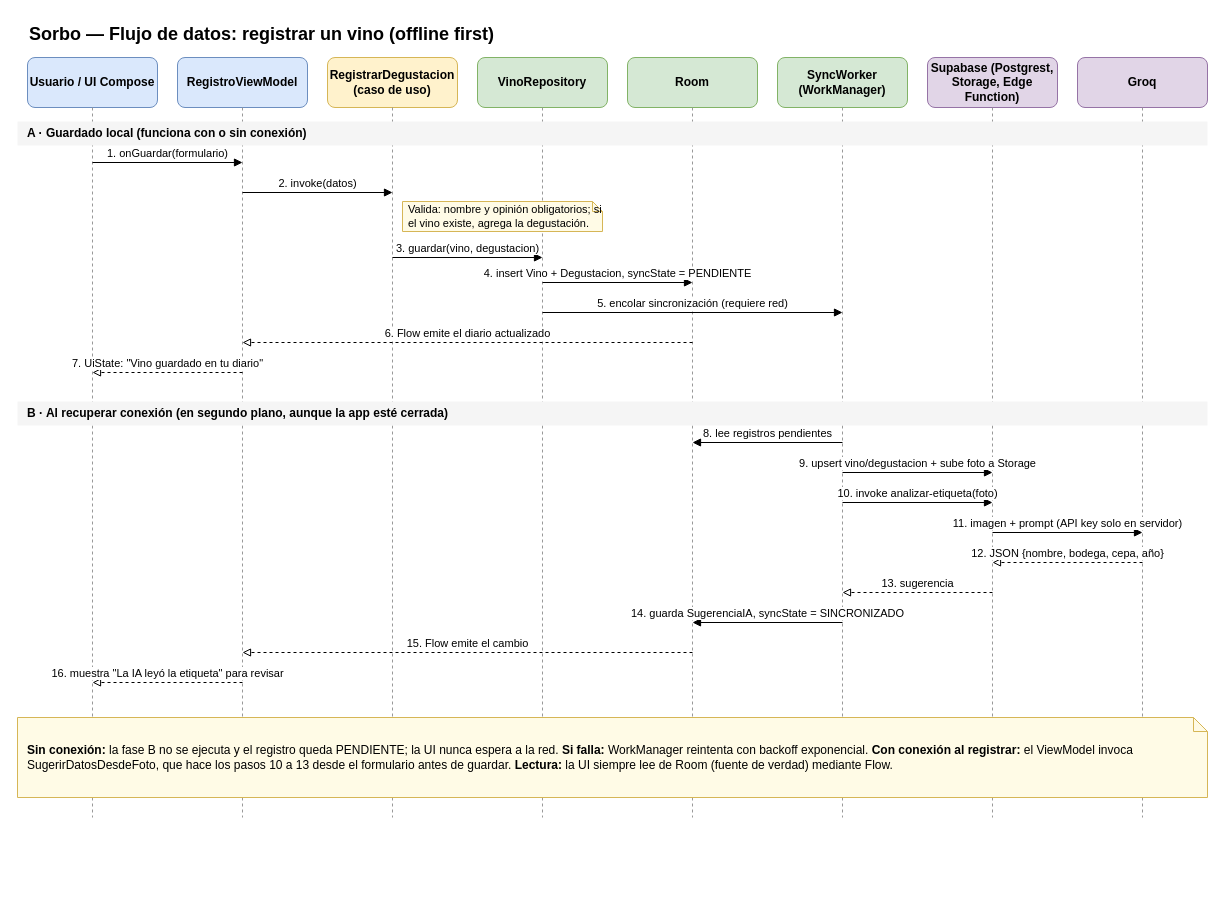
This is page "Flujo de datos - Registrar vino" (3 of 5) of docs/diagramas/sorbo.drawio from alejogarciabosio/sorbo-app, a draw.io file, before an edit. Source tidied: cells renumbered, new cells numbered last; positions are measured from the earlier drawing's top-left corner, leaving out a move shared by most shapes. Both pictures are drawn from the tidied source at 100%, with x=0, y=0 at pixel (17, 17).
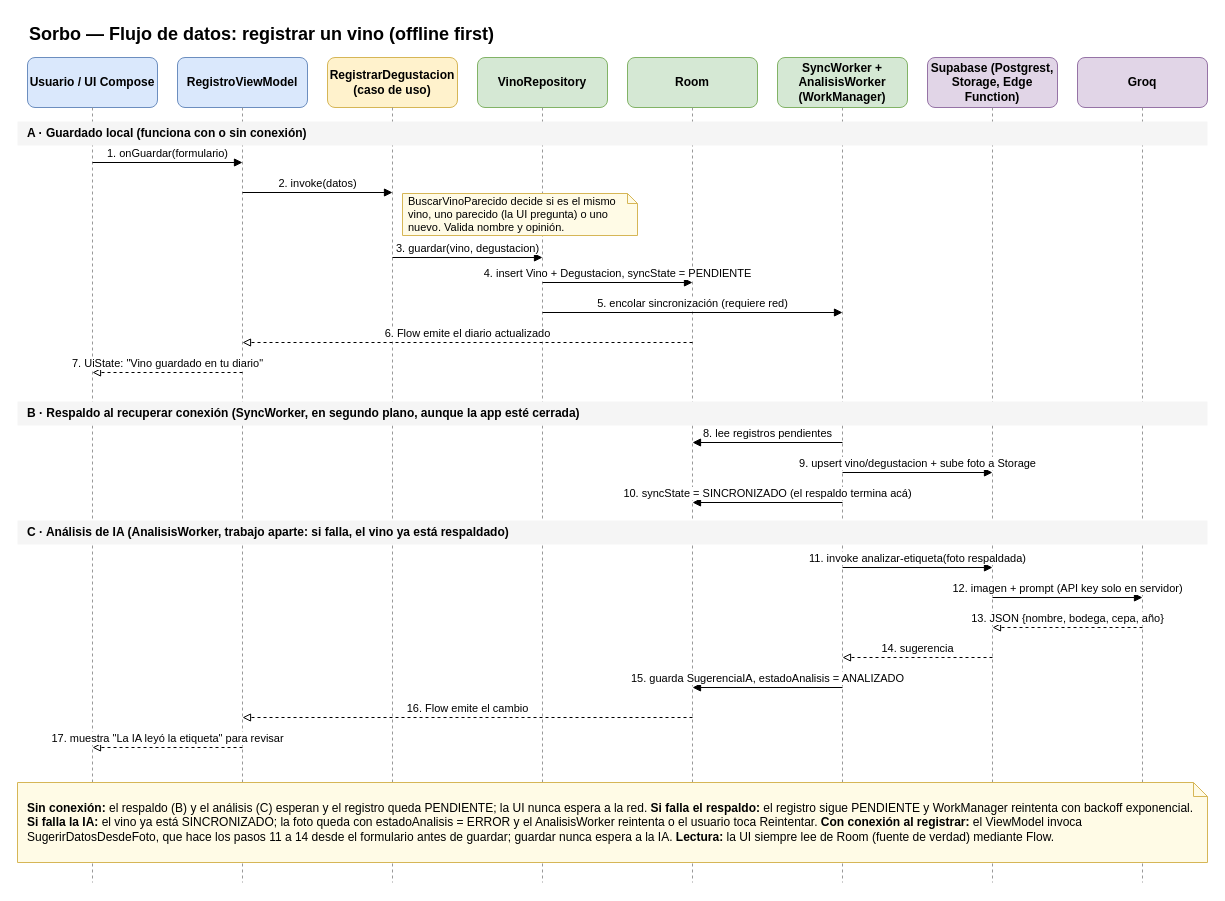
Above is the later version.

Commit message (it also covers changes not shown here):
docs: diagramas con búsqueda sin resultados, vino parecido y respaldo separado de la IA

Diff of the diagram source:
```diff
@@
     <mxCell id="4" style="endArrow=none;dashed=1;html=1;strokeColor=#999999;" parent="1" edge="1">
       <mxGeometry relative="1" as="geometry">
         <mxPoint x="75" y="90" as="sourcePoint" />
-        <mxPoint x="75" y="800" as="targetPoint" />
+        <mxPoint x="75" y="865" as="targetPoint" />
       </mxGeometry>
     </mxCell>
@@
     <mxCell id="6" style="endArrow=none;dashed=1;html=1;strokeColor=#999999;" parent="1" edge="1">
       <mxGeometry relative="1" as="geometry">
         <mxPoint x="225" y="90" as="sourcePoint" />
-        <mxPoint x="225" y="800" as="targetPoint" />
+        <mxPoint x="225" y="865" as="targetPoint" />
       </mxGeometry>
     </mxCell>
@@
     <mxCell id="8" style="endArrow=none;dashed=1;html=1;strokeColor=#999999;" parent="1" edge="1">
       <mxGeometry relative="1" as="geometry">
         <mxPoint x="375" y="90" as="sourcePoint" />
-        <mxPoint x="375" y="800" as="targetPoint" />
+        <mxPoint x="375" y="865" as="targetPoint" />
       </mxGeometry>
     </mxCell>
@@
     <mxCell id="10" style="endArrow=none;dashed=1;html=1;strokeColor=#999999;" parent="1" edge="1">
       <mxGeometry relative="1" as="geometry">
         <mxPoint x="525" y="90" as="sourcePoint" />
-        <mxPoint x="525" y="800" as="targetPoint" />
+        <mxPoint x="525" y="865" as="targetPoint" />
       </mxGeometry>
     </mxCell>
@@
     <mxCell id="12" style="endArrow=none;dashed=1;html=1;strokeColor=#999999;" parent="1" edge="1">
       <mxGeometry relative="1" as="geometry">
         <mxPoint x="675" y="90" as="sourcePoint" />
-        <mxPoint x="675" y="800" as="targetPoint" />
+        <mxPoint x="675" y="865" as="targetPoint" />
       </mxGeometry>
     </mxCell>
-    <mxCell id="13" value="&lt;b&gt;SyncWorker (WorkManager)&lt;/b&gt;" style="rounded=1;whiteSpace=wrap;html=1;fillColor=#d5e8d4;strokeColor=#82b366;" parent="1" vertex="1">
+    <mxCell id="13" value="&lt;b&gt;SyncWorker + AnalisisWorker (WorkManager)&lt;/b&gt;" style="rounded=1;whiteSpace=wrap;html=1;fillColor=#d5e8d4;strokeColor=#82b366;" parent="1" vertex="1">
       <mxGeometry x="760" y="40" width="130" height="50" as="geometry" />
     </mxCell>
     <mxCell id="14" style="endArrow=none;dashed=1;html=1;strokeColor=#999999;" parent="1" edge="1">
       <mxGeometry relative="1" as="geometry">
         <mxPoint x="825" y="90" as="sourcePoint" />
-        <mxPoint x="825" y="800" as="targetPoint" />
+        <mxPoint x="825" y="865" as="targetPoint" />
       </mxGeometry>
     </mxCell>
@@
     <mxCell id="16" style="endArrow=none;dashed=1;html=1;strokeColor=#999999;" parent="1" edge="1">
       <mxGeometry relative="1" as="geometry">
         <mxPoint x="975" y="90" as="sourcePoint" />
-        <mxPoint x="975" y="800" as="targetPoint" />
+        <mxPoint x="975" y="865" as="targetPoint" />
       </mxGeometry>
     </mxCell>
@@
     <mxCell id="18" style="endArrow=none;dashed=1;html=1;strokeColor=#999999;" parent="1" edge="1">
       <mxGeometry relative="1" as="geometry">
         <mxPoint x="1125" y="90" as="sourcePoint" />
-        <mxPoint x="1125" y="800" as="targetPoint" />
+        <mxPoint x="1125" y="865" as="targetPoint" />
       </mxGeometry>
     </mxCell>
@@
-    <mxCell id="20" value="B · Al recuperar conexión (en segundo plano, aunque la app esté cerrada)" style="rounded=0;whiteSpace=wrap;html=1;fillColor=#f5f5f5;strokeColor=none;align=left;spacingLeft=8;fontStyle=1;" parent="1" vertex="1">
+    <mxCell id="20" value="B · Respaldo al recuperar conexión (SyncWorker, en segundo plano, aunque la app esté cerrada)" style="rounded=0;whiteSpace=wrap;html=1;fillColor=#f5f5f5;strokeColor=none;align=left;spacingLeft=8;fontStyle=1;" parent="1" vertex="1">
       <mxGeometry y="384" width="1190" height="24" as="geometry" />
     </mxCell>
@@
-    <mxCell id="30" value="10. invoke analizar-etiqueta(foto)" style="html=1;verticalAlign=bottom;endArrow=block;fontSize=11;" parent="1" edge="1">
+    <mxCell id="30" value="10. syncState = SINCRONIZADO (el respaldo termina acá)" style="html=1;verticalAlign=bottom;endArrow=block;fontSize=11;" parent="1" edge="1">
       <mxGeometry relative="1" as="geometry">
         <mxPoint x="825" y="485" as="sourcePoint" />
-        <mxPoint x="975" y="485" as="targetPoint" />
+        <mxPoint x="675" y="485" as="targetPoint" />
       </mxGeometry>
     </mxCell>
-    <mxCell id="31" value="11. imagen + prompt (API key solo en servidor)" style="html=1;verticalAlign=bottom;endArrow=block;fontSize=11;" parent="1" edge="1">
+    <mxCell id="31" value="12. imagen + prompt (API key solo en servidor)" style="html=1;verticalAlign=bottom;endArrow=block;fontSize=11;" parent="1" edge="1">
       <mxGeometry relative="1" as="geometry">
-        <mxPoint x="975" y="515" as="sourcePoint" />
-        <mxPoint x="1125" y="515" as="targetPoint" />
+        <mxPoint x="975" y="580" as="sourcePoint" />
+        <mxPoint x="1125" y="580" as="targetPoint" />
       </mxGeometry>
     </mxCell>
-    <mxCell id="32" value="12. JSON {nombre, bodega, cepa, año}" style="html=1;verticalAlign=bottom;endArrow=block;fontSize=11;dashed=1;endFill=0;" parent="1" edge="1">
+    <mxCell id="32" value="13. JSON {nombre, bodega, cepa, año}" style="html=1;verticalAlign=bottom;endArrow=block;fontSize=11;dashed=1;endFill=0;" parent="1" edge="1">
       <mxGeometry relative="1" as="geometry">
-        <mxPoint x="1125" y="545" as="sourcePoint" />
-        <mxPoint x="975" y="545" as="targetPoint" />
+        <mxPoint x="1125" y="610" as="sourcePoint" />
+        <mxPoint x="975" y="610" as="targetPoint" />
       </mxGeometry>
     </mxCell>
-    <mxCell id="33" value="13. sugerencia" style="html=1;verticalAlign=bottom;endArrow=block;fontSize=11;dashed=1;endFill=0;" parent="1" edge="1">
+    <mxCell id="33" value="14. sugerencia" style="html=1;verticalAlign=bottom;endArrow=block;fontSize=11;dashed=1;endFill=0;" parent="1" edge="1">
       <mxGeometry relative="1" as="geometry">
-        <mxPoint x="975" y="575" as="sourcePoint" />
-        <mxPoint x="825" y="575" as="targetPoint" />
+        <mxPoint x="975" y="640" as="sourcePoint" />
+        <mxPoint x="825" y="640" as="targetPoint" />
       </mxGeometry>
     </mxCell>
-    <mxCell id="34" value="14. guarda SugerenciaIA, syncState = SINCRONIZADO" style="html=1;verticalAlign=bottom;endArrow=block;fontSize=11;" parent="1" edge="1">
+    <mxCell id="34" value="15. guarda SugerenciaIA, estadoAnalisis = ANALIZADO" style="html=1;verticalAlign=bottom;endArrow=block;fontSize=11;" parent="1" edge="1">
       <mxGeometry relative="1" as="geometry">
-        <mxPoint x="825" y="605" as="sourcePoint" />
-        <mxPoint x="675" y="605" as="targetPoint" />
+        <mxPoint x="825" y="670" as="sourcePoint" />
+        <mxPoint x="675" y="670" as="targetPoint" />
       </mxGeometry>
     </mxCell>
-    <mxCell id="35" value="15. Flow emite el cambio" style="html=1;verticalAlign=bottom;endArrow=block;fontSize=11;dashed=1;endFill=0;" parent="1" edge="1">
+    <mxCell id="35" value="16. Flow emite el cambio" style="html=1;verticalAlign=bottom;endArrow=block;fontSize=11;dashed=1;endFill=0;" parent="1" edge="1">
       <mxGeometry relative="1" as="geometry">
-        <mxPoint x="675" y="635" as="sourcePoint" />
-        <mxPoint x="225" y="635" as="targetPoint" />
+        <mxPoint x="675" y="700" as="sourcePoint" />
+        <mxPoint x="225" y="700" as="targetPoint" />
       </mxGeometry>
     </mxCell>
-    <mxCell id="36" value="16. muestra &quot;La IA leyó la etiqueta&quot; para revisar" style="html=1;verticalAlign=bottom;endArrow=block;fontSize=11;dashed=1;endFill=0;" parent="1" edge="1">
+    <mxCell id="36" value="17. muestra &quot;La IA leyó la etiqueta&quot; para revisar" style="html=1;verticalAlign=bottom;endArrow=block;fontSize=11;dashed=1;endFill=0;" parent="1" edge="1">
       <mxGeometry relative="1" as="geometry">
-        <mxPoint x="225" y="665" as="sourcePoint" />
-        <mxPoint x="75" y="665" as="targetPoint" />
+        <mxPoint x="225" y="730" as="sourcePoint" />
+        <mxPoint x="75" y="730" as="targetPoint" />
       </mxGeometry>
     </mxCell>
-    <mxCell id="37" value="Valida: nombre y opinión obligatorios; si el vino existe, agrega la degustación." style="shape=note;whiteSpace=wrap;html=1;size=10;fillColor=#fffbe6;strokeColor=#d6b656;fontSize=11;align=left;spacingLeft=4;" parent="1" vertex="1">
-      <mxGeometry x="385" y="184" width="200" height="30" as="geometry" />
+    <mxCell id="37" value="BuscarVinoParecido decide si es el mismo vino, uno parecido (la UI pregunta) o uno nuevo. Valida nombre y opinión." style="shape=note;whiteSpace=wrap;html=1;size=10;fillColor=#fffbe6;strokeColor=#d6b656;fontSize=11;align=left;spacingLeft=4;" parent="1" vertex="1">
+      <mxGeometry x="385" y="176" width="235" height="42" as="geometry" />
     </mxCell>
-    <mxCell id="38" value="&lt;b&gt;Sin conexión:&lt;/b&gt; la fase B no se ejecuta y el registro queda PENDIENTE; la UI nunca espera a la red. &lt;b&gt;Si falla:&lt;/b&gt; WorkManager reintenta con backoff exponencial. &lt;b&gt;Con conexión al registrar:&lt;/b&gt; el ViewModel invoca SugerirDatosDesdeFoto, que hace los pasos 10 a 13 desde el formulario antes de guardar. &lt;b&gt;Lectura:&lt;/b&gt; la UI siempre lee de Room (fuente de verdad) mediante Flow." style="shape=note;whiteSpace=wrap;html=1;size=14;fillColor=#fffbe6;strokeColor=#d6b656;align=left;spacingLeft=8;spacingRight=8;" parent="1" vertex="1">
-      <mxGeometry y="700" width="1190" height="80" as="geometry" />
+    <mxCell id="38" value="&lt;b&gt;Sin conexión:&lt;/b&gt; el respaldo (B) y el análisis (C) esperan y el registro queda PENDIENTE; la UI nunca espera a la red. &lt;b&gt;Si falla el respaldo:&lt;/b&gt; el registro sigue PENDIENTE y WorkManager reintenta con backoff exponencial. &lt;b&gt;Si falla la IA:&lt;/b&gt; el vino ya está SINCRONIZADO; la foto queda con estadoAnalisis = ERROR y el AnalisisWorker reintenta o el usuario toca Reintentar. &lt;b&gt;Con conexión al registrar:&lt;/b&gt; el ViewModel invoca SugerirDatosDesdeFoto, que hace los pasos 11 a 14 desde el formulario antes de guardar; guardar nunca espera a la IA. &lt;b&gt;Lectura:&lt;/b&gt; la UI siempre lee de Room (fuente de verdad) mediante Flow." style="shape=note;whiteSpace=wrap;html=1;size=14;fillColor=#fffbe6;strokeColor=#d6b656;align=left;spacingLeft=8;spacingRight=8;" parent="1" vertex="1">
+      <mxGeometry y="765" width="1190" height="80" as="geometry" />
     </mxCell>
+    <mxCell id="39" value="C · Análisis de IA (AnalisisWorker, trabajo aparte: si falla, el vino ya está respaldado)" style="rounded=0;whiteSpace=wrap;html=1;fillColor=#f5f5f5;strokeColor=none;align=left;spacingLeft=8;fontStyle=1;" parent="1" vertex="1">
+      <mxGeometry y="503" width="1190" height="24" as="geometry" />
+    </mxCell>
+    <mxCell id="40" value="11. invoke analizar-etiqueta(foto respaldada)" style="html=1;verticalAlign=bottom;endArrow=block;fontSize=11;" parent="1" edge="1">
+      <mxGeometry relative="1" as="geometry">
+        <mxPoint x="825" y="550" as="sourcePoint" />
+        <mxPoint x="975" y="550" as="targetPoint" />
+      </mxGeometry>
+    </mxCell>
```
